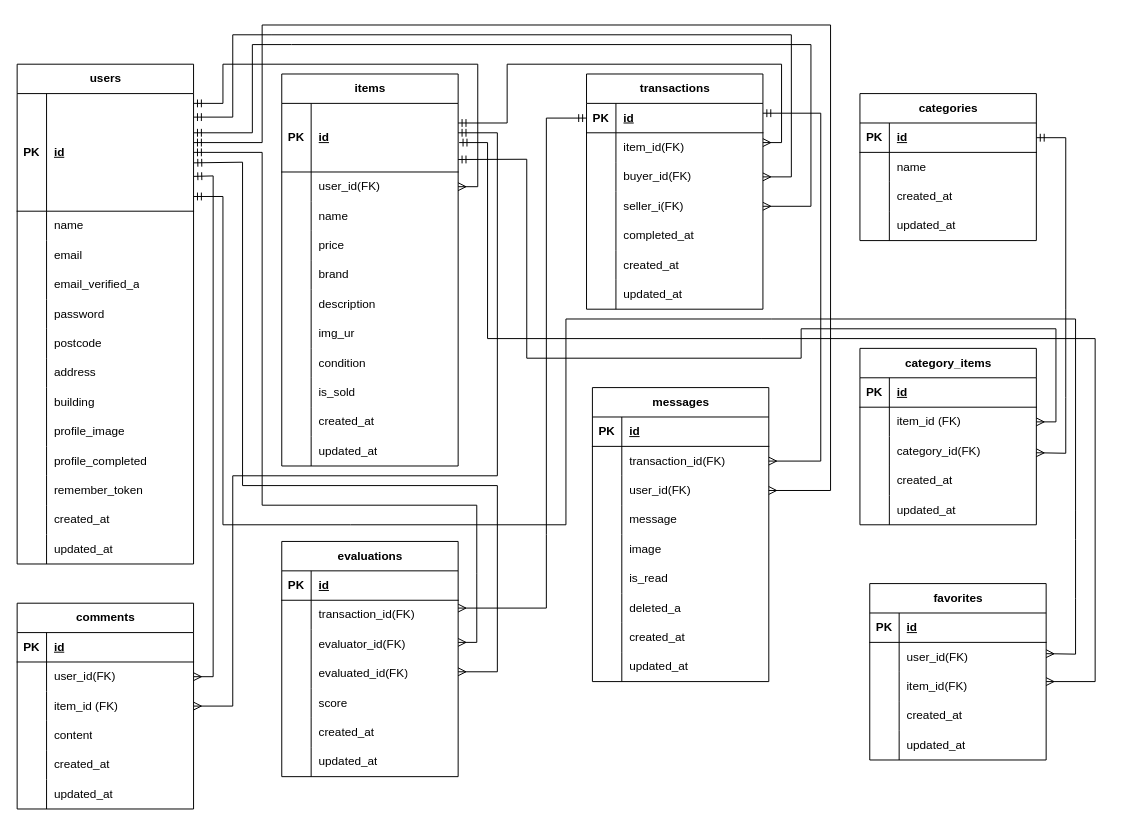
Before: docs/er-diagram.drawio in towa709/fleamarket, a draw.io diagram. Source tidied: cells renumbered, new cells numbered last; positions are measured from the earlier drawing's top-left corner, leaving out a move shared by most shapes. Both pictures are drawn from the tidied source at 98%, with x=0, y=0 at pixel (17, 24).
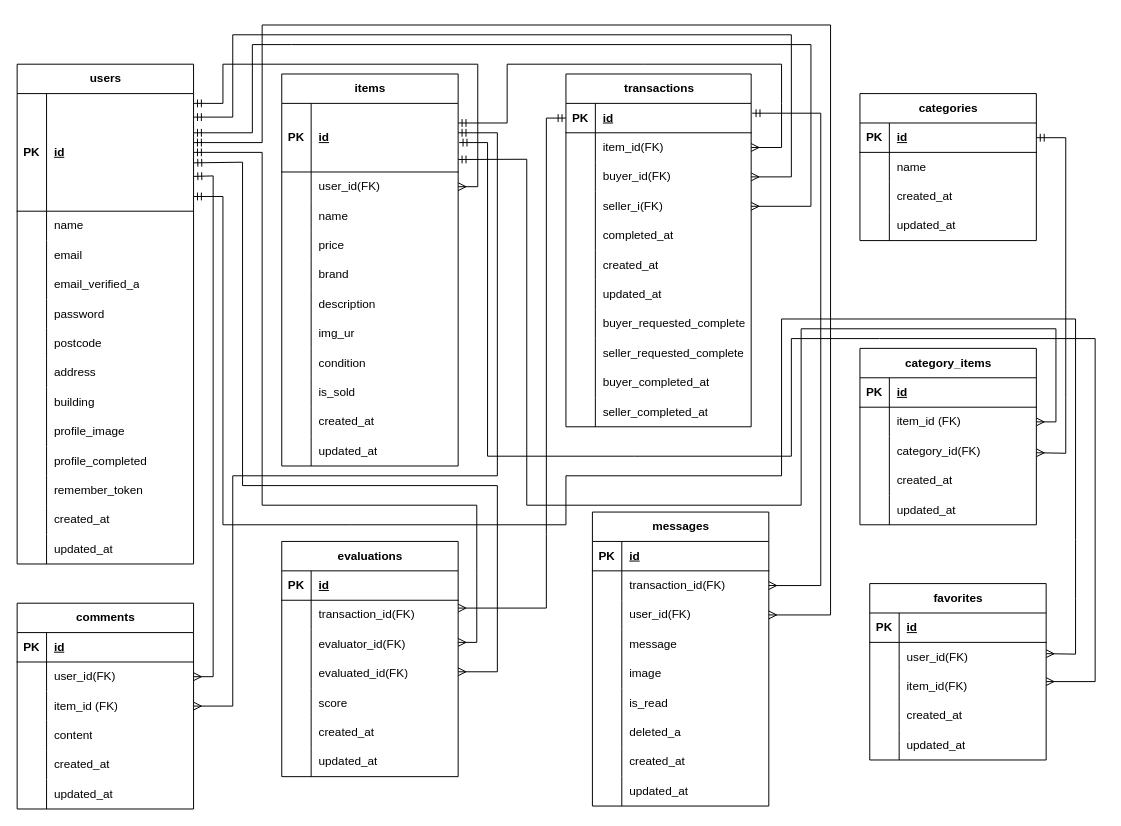
Above is the later version.

The change refers to these unchanged cells:
```xml
<mxCell id="43" style="shape=tableRow;horizontal=0;startSize=0;swimlaneHead=0;swimlaneBody=0;fillColor=none;points=[[0,0.5],[1,0.5]];portConstraint=eastwest;top=0;left=0;right=0;bottom=1;" parent="42" vertex="1">
  <mxGeometry y="30" width="180" height="70" as="geometry" />
</mxCell>
<mxCell id="102" style="shape=tableRow;horizontal=0;startSize=0;swimlaneHead=0;swimlaneBody=0;fillColor=none;points=[[0,0.5],[1,0.5]];portConstraint=eastwest;top=0;left=0;right=0;bottom=0;" parent="98" vertex="1">
  <mxGeometry y="60" width="180" height="30" as="geometry" />
</mxCell>
<mxCell id="105" style="shape=tableRow;horizontal=0;startSize=0;swimlaneHead=0;swimlaneBody=0;fillColor=none;points=[[0,0.5],[1,0.5]];portConstraint=eastwest;top=0;left=0;right=0;bottom=0;" parent="98" vertex="1">
  <mxGeometry y="90" width="180" height="30" as="geometry" />
</mxCell>
```

Change to the diagram source:
```diff
@@
     <mxCell id="76" value="transactions" style="shape=table;startSize=30;childLayout=tableLayout;rowLines=0;fontStyle=1;align=center;html=1;" parent="1" vertex="1">
-      <mxGeometry x="581" y="50" width="180" height="240" as="geometry" />
+      <mxGeometry x="560" y="50" width="189" height="360" as="geometry" />
     </mxCell>
     <mxCell id="77" style="shape=tableRow;horizontal=0;startSize=0;swimlaneHead=0;swimlaneBody=0;fillColor=none;points=[[0,0.5],[1,0.5]];portConstraint=eastwest;top=0;left=0;right=0;bottom=1;" parent="76" vertex="1">
-      <mxGeometry y="30" width="180" height="30" as="geometry" />
+      <mxGeometry y="30" width="189" height="30" as="geometry" />
     </mxCell>
@@
     <mxCell id="79" value="id" style="shape=partialRectangle;fillColor=none;top=0;left=0;bottom=0;right=0;align=left;spacingLeft=6;fontStyle=5;overflow=hidden;whiteSpace=wrap;html=1;" parent="77" vertex="1">
-      <mxGeometry x="30" width="150" height="30" as="geometry" />
+      <mxGeometry x="30" width="159" height="30" as="geometry" />
     </mxCell>
     <mxCell id="80" style="shape=tableRow;horizontal=0;startSize=0;swimlaneHead=0;swimlaneBody=0;fillColor=none;points=[[0,0.5],[1,0.5]];portConstraint=eastwest;top=0;left=0;right=0;bottom=0;" parent="76" vertex="1">
-      <mxGeometry y="60" width="180" height="30" as="geometry" />
+      <mxGeometry y="60" width="189" height="30" as="geometry" />
     </mxCell>
@@
     <mxCell id="82" value="item_id&lt;span style=&quot;color: rgb(0, 0, 0);&quot;&gt;(FK)&lt;/span&gt;" style="shape=partialRectangle;fillColor=none;top=0;left=0;bottom=0;right=0;align=left;spacingLeft=6;overflow=hidden;whiteSpace=wrap;html=1;" parent="80" vertex="1">
-      <mxGeometry x="30" width="150" height="30" as="geometry" />
+      <mxGeometry x="30" width="159" height="30" as="geometry" />
     </mxCell>
     <mxCell id="83" style="shape=tableRow;horizontal=0;startSize=0;swimlaneHead=0;swimlaneBody=0;fillColor=none;points=[[0,0.5],[1,0.5]];portConstraint=eastwest;top=0;left=0;right=0;bottom=0;" parent="76" vertex="1">
-      <mxGeometry y="90" width="180" height="30" as="geometry" />
+      <mxGeometry y="90" width="189" height="30" as="geometry" />
     </mxCell>
@@
     <mxCell id="85" value="buyer_id&lt;span style=&quot;color: rgb(0, 0, 0);&quot;&gt;(FK)&lt;/span&gt;" style="shape=partialRectangle;fillColor=none;top=0;left=0;bottom=0;right=0;align=left;spacingLeft=6;overflow=hidden;whiteSpace=wrap;html=1;" parent="83" vertex="1">
-      <mxGeometry x="30" width="150" height="30" as="geometry" />
+      <mxGeometry x="30" width="159" height="30" as="geometry" />
     </mxCell>
     <mxCell id="86" style="shape=tableRow;horizontal=0;startSize=0;swimlaneHead=0;swimlaneBody=0;fillColor=none;points=[[0,0.5],[1,0.5]];portConstraint=eastwest;top=0;left=0;right=0;bottom=0;" parent="76" vertex="1">
-      <mxGeometry y="120" width="180" height="30" as="geometry" />
+      <mxGeometry y="120" width="189" height="30" as="geometry" />
     </mxCell>
@@
     <mxCell id="88" value="seller_i&lt;span style=&quot;color: rgb(0, 0, 0);&quot;&gt;(FK)&lt;/span&gt;" style="shape=partialRectangle;fillColor=none;top=0;left=0;bottom=0;right=0;align=left;spacingLeft=6;overflow=hidden;whiteSpace=wrap;html=1;" parent="86" vertex="1">
-      <mxGeometry x="30" width="150" height="30" as="geometry" />
+      <mxGeometry x="30" width="159" height="30" as="geometry" />
     </mxCell>
     <mxCell id="89" style="shape=tableRow;horizontal=0;startSize=0;swimlaneHead=0;swimlaneBody=0;fillColor=none;top=0;left=0;right=0;bottom=0;" parent="76" vertex="1">
-      <mxGeometry y="150" width="180" height="30" as="geometry" />
+      <mxGeometry y="150" width="189" height="30" as="geometry" />
     </mxCell>
@@
     <mxCell id="91" value="completed_at&amp;nbsp;" style="shape=partialRectangle;fillColor=none;top=0;left=0;bottom=0;right=0;align=left;spacingLeft=6;overflow=hidden;whiteSpace=wrap;html=1;" parent="89" vertex="1">
-      <mxGeometry x="30" width="150" height="30" as="geometry" />
+      <mxGeometry x="30" width="159" height="30" as="geometry" />
     </mxCell>
     <mxCell id="92" style="shape=tableRow;horizontal=0;startSize=0;swimlaneHead=0;swimlaneBody=0;fillColor=none;top=0;left=0;right=0;bottom=0;" parent="76" vertex="1">
-      <mxGeometry y="180" width="180" height="30" as="geometry" />
+      <mxGeometry y="180" width="189" height="30" as="geometry" />
     </mxCell>
@@
     <mxCell id="94" value="created_at" style="shape=partialRectangle;fillColor=none;top=0;left=0;bottom=0;right=0;align=left;spacingLeft=6;overflow=hidden;whiteSpace=wrap;html=1;" parent="92" vertex="1">
-      <mxGeometry x="30" width="150" height="30" as="geometry" />
+      <mxGeometry x="30" width="159" height="30" as="geometry" />
     </mxCell>
     <mxCell id="95" style="shape=tableRow;horizontal=0;startSize=0;swimlaneHead=0;swimlaneBody=0;fillColor=none;top=0;left=0;right=0;bottom=0;" parent="76" vertex="1">
-      <mxGeometry y="210" width="180" height="30" as="geometry" />
+      <mxGeometry y="210" width="189" height="30" as="geometry" />
     </mxCell>
@@
     <mxCell id="97" value="updated_at" style="shape=partialRectangle;fillColor=none;top=0;left=0;bottom=0;right=0;align=left;spacingLeft=6;overflow=hidden;whiteSpace=wrap;html=1;" parent="95" vertex="1">
-      <mxGeometry x="30" width="150" height="30" as="geometry" />
+      <mxGeometry x="30" width="159" height="30" as="geometry" />
     </mxCell>
+    <mxCell id="227" style="shape=tableRow;horizontal=0;startSize=0;swimlaneHead=0;swimlaneBody=0;fillColor=none;top=0;left=0;right=0;bottom=0;" parent="76" vertex="1">
+      <mxGeometry y="240" width="189" height="30" as="geometry" />
+    </mxCell>
+    <mxCell id="228" style="shape=partialRectangle;fillColor=none;top=0;left=0;bottom=0;right=0;overflow=hidden;whiteSpace=wrap;html=1;" parent="227" vertex="1">
+      <mxGeometry width="30" height="30" as="geometry" />
+    </mxCell>
+    <mxCell id="229" value="buyer_requested_complete" style="shape=partialRectangle;fillColor=none;top=0;left=0;bottom=0;right=0;align=left;spacingLeft=6;overflow=hidden;whiteSpace=wrap;html=1;" parent="227" vertex="1">
+      <mxGeometry x="30" width="159" height="30" as="geometry" />
+    </mxCell>
+    <mxCell id="230" style="shape=tableRow;horizontal=0;startSize=0;swimlaneHead=0;swimlaneBody=0;fillColor=none;top=0;left=0;right=0;bottom=0;" parent="76" vertex="1">
+      <mxGeometry y="270" width="189" height="30" as="geometry" />
+    </mxCell>
+    <mxCell id="231" style="shape=partialRectangle;fillColor=none;top=0;left=0;bottom=0;right=0;overflow=hidden;whiteSpace=wrap;html=1;" parent="230" vertex="1">
+      <mxGeometry width="30" height="30" as="geometry" />
+    </mxCell>
+    <mxCell id="232" value="seller_requested_complete" style="shape=partialRectangle;fillColor=none;top=0;left=0;bottom=0;right=0;align=left;spacingLeft=6;overflow=hidden;whiteSpace=wrap;html=1;" parent="230" vertex="1">
+      <mxGeometry x="30" width="159" height="30" as="geometry" />
+    </mxCell>
+    <mxCell id="233" style="shape=tableRow;horizontal=0;startSize=0;swimlaneHead=0;swimlaneBody=0;fillColor=none;top=0;left=0;right=0;bottom=0;" parent="76" vertex="1">
+      <mxGeometry y="300" width="189" height="30" as="geometry" />
+    </mxCell>
+    <mxCell id="234" style="shape=partialRectangle;fillColor=none;top=0;left=0;bottom=0;right=0;overflow=hidden;whiteSpace=wrap;html=1;" parent="233" vertex="1">
+      <mxGeometry width="30" height="30" as="geometry" />
+    </mxCell>
+    <mxCell id="235" value="buyer_completed_at" style="shape=partialRectangle;fillColor=none;top=0;left=0;bottom=0;right=0;align=left;spacingLeft=6;overflow=hidden;whiteSpace=wrap;html=1;" parent="233" vertex="1">
+      <mxGeometry x="30" width="159" height="30" as="geometry" />
+    </mxCell>
+    <mxCell id="236" style="shape=tableRow;horizontal=0;startSize=0;swimlaneHead=0;swimlaneBody=0;fillColor=none;top=0;left=0;right=0;bottom=0;" parent="76" vertex="1">
+      <mxGeometry y="330" width="189" height="30" as="geometry" />
+    </mxCell>
+    <mxCell id="237" style="shape=partialRectangle;fillColor=none;top=0;left=0;bottom=0;right=0;overflow=hidden;whiteSpace=wrap;html=1;" parent="236" vertex="1">
+      <mxGeometry width="30" height="30" as="geometry" />
+    </mxCell>
+    <mxCell id="238" value="seller_completed_at" style="shape=partialRectangle;fillColor=none;top=0;left=0;bottom=0;right=0;align=left;spacingLeft=6;overflow=hidden;whiteSpace=wrap;html=1;" parent="236" vertex="1">
+      <mxGeometry x="30" width="159" height="30" as="geometry" />
+    </mxCell>
     <mxCell id="98" value="messages" style="shape=table;startSize=30;childLayout=tableLayout;rowLines=0;fontStyle=1;align=center;html=1;" parent="1" vertex="1">
-      <mxGeometry x="587" y="370" width="180" height="300" as="geometry" />
+      <mxGeometry x="587" y="497" width="180" height="300" as="geometry" />
     </mxCell>
@@
-    <mxCell id="215" style="endArrow=ERmany;html=1;rounded=0;endSize=6;startArrow=ERmandOne;startFill=0;endFill=0;" parent="1" edge="1">
+    <mxCell id="215" style="endArrow=ERmany;html=1;rounded=0;endSize=6;startArrow=ERmandOne;startFill=0;endFill=0;entryX=1;entryY=0.5;entryDx=0;entryDy=0;" parent="1" edge="1" target="80">
       <mxGeometry relative="1" as="geometry">
         <mxPoint x="450" y="100" as="sourcePoint" />
-        <mxPoint x="761" y="120" as="targetPoint" />
         <Array as="points">
           <mxPoint x="500" y="100" />
           <mxPoint x="500" y="40" />
+          <mxPoint x="640" y="40" />
           <mxPoint x="780" y="40" />
-          <mxPoint x="780" y="120" />
+          <mxPoint x="780" y="80" />
+          <mxPoint x="780" y="125" />
         </Array>
       </mxGeometry>
     </mxCell>
     <mxCell id="216" style="endArrow=ERmany;html=1;rounded=0;endSize=6;startArrow=ERmandOne;startFill=0;endFill=0;entryX=1;entryY=0.5;entryDx=0;entryDy=0;" parent="1" edge="1" target="102">
       <mxGeometry relative="1" as="geometry">
-        <mxPoint x="761" y="90" as="sourcePoint" />
+        <mxPoint x="750" y="90" as="sourcePoint" />
         <Array as="points">
           <mxPoint x="820" y="90" />
-          <mxPoint x="820" y="445" />
+          <mxPoint x="820" y="572" />
         </Array>
       </mxGeometry>
     </mxCell>
     <mxCell id="217" style="endArrow=ERmany;html=1;rounded=0;endSize=6;startArrow=ERmandOne;startFill=0;endFill=0;entryX=1;entryY=0.5;entryDx=0;entryDy=0;" parent="1" edge="1" target="105">
       <mxGeometry relative="1" as="geometry">
         <mxPoint x="180" y="120" as="sourcePoint" />
         <Array as="points">
           <mxPoint x="250" y="120" />
           <mxPoint x="250" />
           <mxPoint x="830" />
-          <mxPoint x="830" y="475" />
+          <mxPoint x="830" y="602" />
         </Array>
       </mxGeometry>
     </mxCell>
@@
     <mxCell id="223" style="endArrow=ERmany;html=1;rounded=0;endSize=6;startArrow=ERmandOne;startFill=0;endFill=0;entryX=1;entryY=0.5;entryDx=0;entryDy=0;exitX=1;exitY=0.818;exitDx=0;exitDy=0;exitPerimeter=0;" parent="1" edge="1" source="43">
       <mxGeometry relative="1" as="geometry">
         <mxPoint x="1040" y="405" as="targetPoint" />
         <Array as="points">
           <mxPoint x="520" y="137" />
-          <mxPoint x="520" y="340" />
-          <mxPoint x="800" y="340" />
+          <mxPoint x="520" y="490" />
+          <mxPoint x="800" y="490" />
           <mxPoint x="800" y="310" />
           <mxPoint x="1060" y="310" />
           <mxPoint x="1060" y="405" />
         </Array>
       </mxGeometry>
     </mxCell>
@@
     <mxCell id="225" style="endArrow=ERmany;html=1;rounded=0;endSize=6;startArrow=ERmandOne;startFill=0;endFill=0;entryX=1;entryY=0.5;entryDx=0;entryDy=0;" parent="1" edge="1">
       <mxGeometry relative="1" as="geometry">
         <mxPoint x="180" y="175" as="sourcePoint" />
         <mxPoint x="1050" y="641.5" as="targetPoint" />
         <Array as="points">
           <mxPoint x="210" y="175" />
           <mxPoint x="210" y="510" />
           <mxPoint x="340" y="510" />
           <mxPoint x="560" y="510" />
-          <mxPoint x="560" y="300" />
-          <mxPoint x="770" y="300" />
+          <mxPoint x="560" y="460" />
+          <mxPoint x="780" y="460" />
+          <mxPoint x="780" y="300" />
           <mxPoint x="1080" y="300" />
           <mxPoint x="1080" y="495" />
           <mxPoint x="1080" y="525" />
           <mxPoint x="1080" y="585" />
           <mxPoint x="1080" y="642" />
         </Array>
       </mxGeometry>
     </mxCell>
     <mxCell id="226" style="endArrow=ERmany;html=1;rounded=0;endSize=6;startArrow=ERmandOne;startFill=0;endFill=0;entryX=1;entryY=0.5;entryDx=0;entryDy=0;" parent="1" edge="1">
       <mxGeometry relative="1" as="geometry">
         <mxPoint x="451" y="120" as="sourcePoint" />
         <mxPoint x="1050" y="670" as="targetPoint" />
         <Array as="points">
           <mxPoint x="480" y="120" />
-          <mxPoint x="480" y="320" />
-          <mxPoint x="760" y="320" />
+          <mxPoint x="480" y="440" />
+          <mxPoint x="630" y="440" />
+          <mxPoint x="790" y="440" />
+          <mxPoint x="790" y="320" />
+          <mxPoint x="880" y="320" />
           <mxPoint x="1100" y="320" />
           <mxPoint x="1100" y="670" />
         </Array>
       </mxGeometry>
     </mxCell>
```
